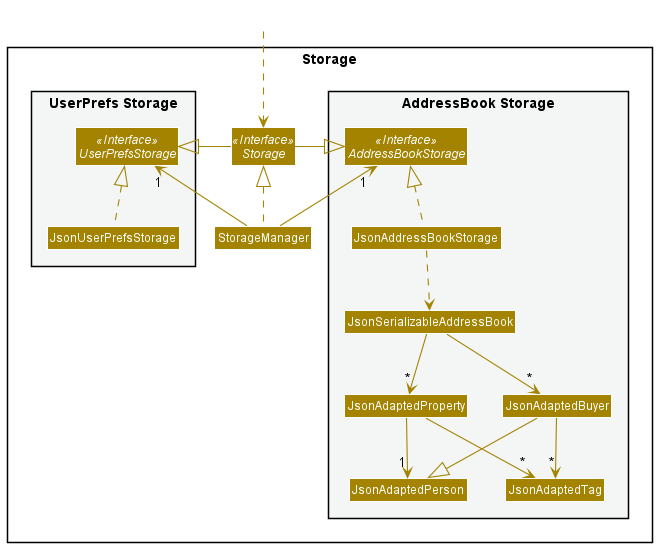
waynetee/tp keeps this PlantUML diagram as docs/images/StorageClassDiagram.png. Above is the earlier version. Its diagram source:
```plantuml
@startuml
!include style.puml
skinparam arrowThickness 1.1
skinparam arrowColor STORAGE_COLOR
skinparam classBackgroundColor STORAGE_COLOR

package Storage{

package "UserPrefs Storage" #F4F6F6{
Interface UserPrefsStorage <<Interface>>
Class JsonUserPrefsStorage
}

Interface Storage <<Interface>>
Class StorageManager

package "AddressBook Storage" #F4F6F6{
Interface AddressBookStorage <<Interface>>
Class JsonAddressBookStorage
Class JsonSerializableAddressBook
Class JsonAdaptedProperty
Class JsonAdaptedBuyer
Class JsonAdaptedPerson
Class JsonAdaptedTag
}

}

Class HiddenOutside #FFFFFF
HiddenOutside ..> Storage

StorageManager .up.|> Storage
StorageManager -up-> "1" UserPrefsStorage
StorageManager -up-> "1" AddressBookStorage

Storage -left-|> UserPrefsStorage
Storage -right-|> AddressBookStorage

JsonUserPrefsStorage .up.|> UserPrefsStorage
JsonAddressBookStorage .up.|> AddressBookStorage
JsonAddressBookStorage ..> JsonSerializableAddressBook
JsonSerializableAddressBook --> "*" JsonAdaptedProperty
JsonSerializableAddressBook --> "*" JsonAdaptedBuyer
JsonAdaptedProperty --> "1" JsonAdaptedPerson
JsonAdaptedProperty --> "*" JsonAdaptedTag
JsonAdaptedBuyer --|> JsonAdaptedPerson
JsonAdaptedBuyer --> "*" JsonAdaptedTag

@enduml
```
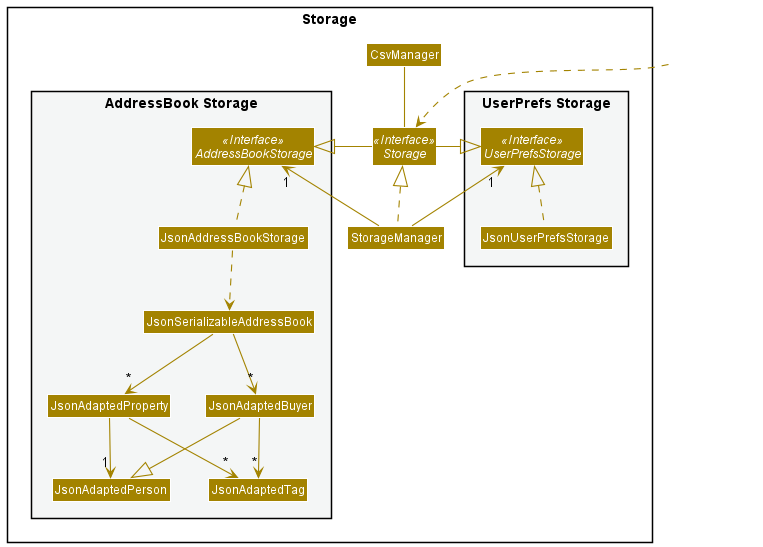
The same file after the commit.

What changed in the source:
```diff
@@ -13,6 +13,7 @@
 
 Interface Storage <<Interface>>
 Class StorageManager
+Class CsvManager
 
 package "AddressBook Storage" #F4F6F6{
 Interface AddressBookStorage <<Interface>>
@@ -32,6 +33,7 @@
 StorageManager .up.|> Storage
 StorageManager -up-> "1" UserPrefsStorage
 StorageManager -up-> "1" AddressBookStorage
+Storage -up- CsvManager
 
 Storage -left-|> UserPrefsStorage
 Storage -right-|> AddressBookStorage
```
